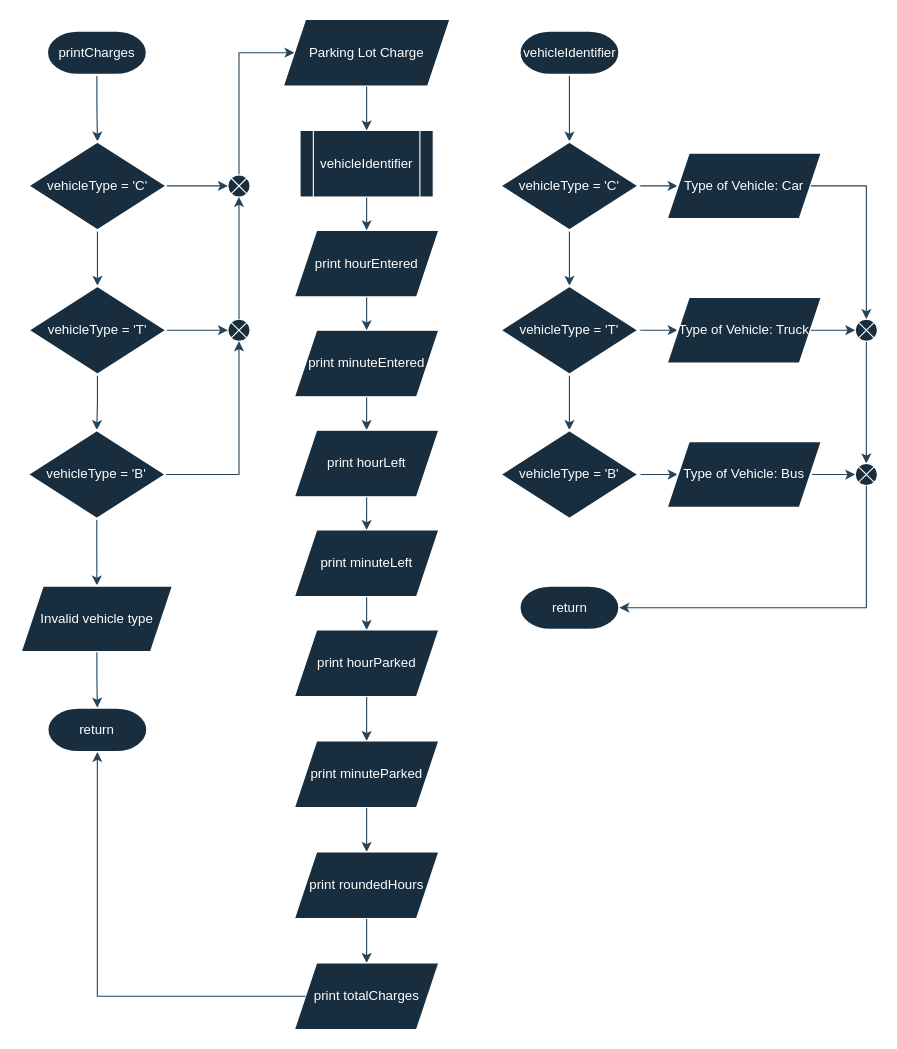
Jebbxrs/c_proj keeps this draw.io diagram as page "Page-4" (3 of 3) of parking_fee.drawio. Above is the earlier version. Source tidied: cells renumbered, new cells numbered last; positions are measured from the earlier drawing's top-left corner, leaving out a move shared by most shapes. Both pictures are drawn from the tidied source at 111%, with x=0, y=0 at pixel (20, 19).
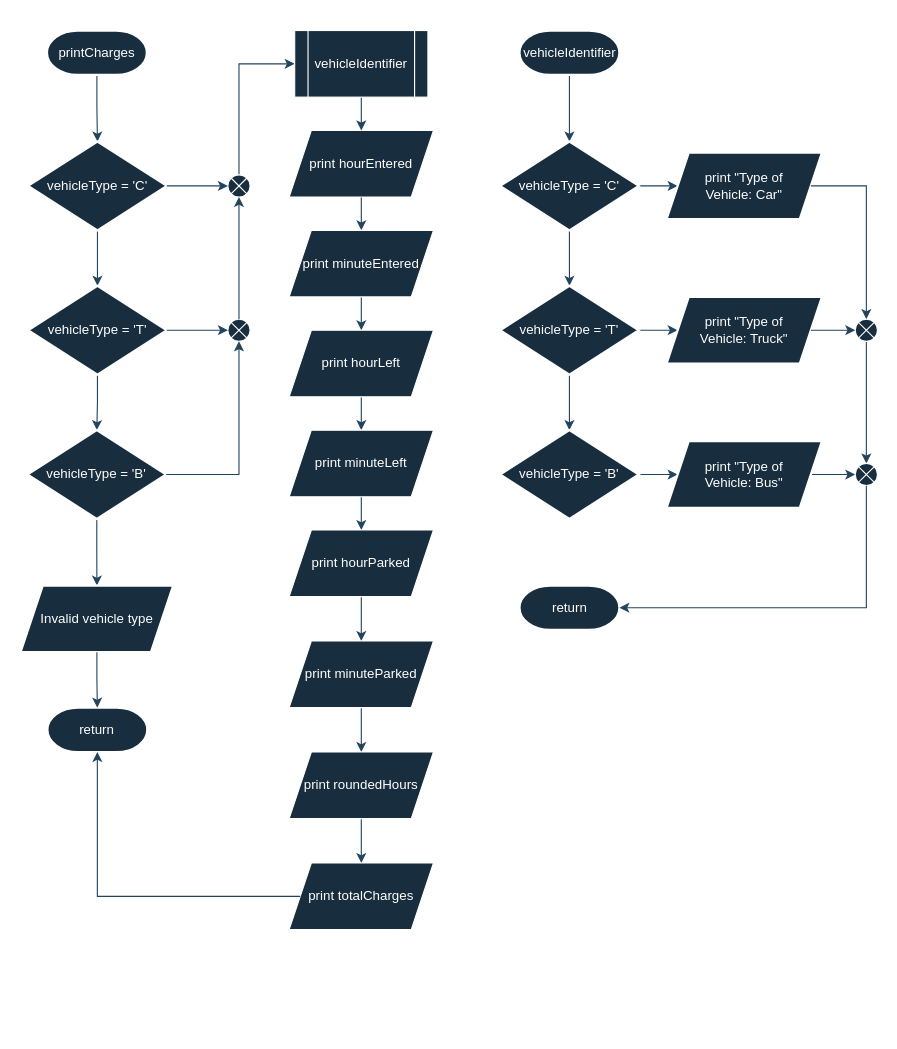
The same diagram, later.

Unchanged cells that the change refers to:
```xml
<mxCell id="14" style="verticalLabelPosition=bottom;verticalAlign=top;html=1;shape=mxgraph.flowchart.or;labelBackgroundColor=none;fillColor=#182E3E;strokeColor=#FFFFFF;fontColor=#FFFFFF;" parent="1" vertex="1">
  <mxGeometry x="186.8" y="140" width="20" height="20" as="geometry" />
</mxCell>
```

Change to the diagram source:
```diff
@@
-    <mxCell id="13" style="edgeStyle=orthogonalEdgeStyle;rounded=0;jettySize=auto;html=1;labelBackgroundColor=none;strokeColor=#23445D;fontColor=default;" parent="1" edge="1" source="14" target="16">
+    <mxCell id="13" style="edgeStyle=orthogonalEdgeStyle;rounded=0;jettySize=auto;html=1;labelBackgroundColor=none;strokeColor=#23445D;fontColor=default;entryX=0;entryY=0.5;entryDx=0;entryDy=0;" parent="1" edge="1" source="14" target="27">
       <mxGeometry relative="1" as="geometry">
         <Array as="points">
-          <mxPoint x="196.8" y="30" />
+          <mxPoint x="197" y="40" />
         </Array>
       </mxGeometry>
     </mxCell>
@@
-    <mxCell id="15" style="edgeStyle=orthogonalEdgeStyle;rounded=0;jettySize=auto;html=1;entryX=0.5;entryY=0;entryDx=0;entryDy=0;labelBackgroundColor=none;strokeColor=#23445D;fontColor=default;" parent="1" edge="1" source="16" target="27">
-      <mxGeometry relative="1" as="geometry" />
-    </mxCell>
-    <mxCell id="16" value="Parking Lot Charge" style="shape=parallelogram;perimeter=parallelogramPerimeter;whiteSpace=wrap;html=1;fixedSize=1;labelBackgroundColor=none;fillColor=#182E3E;strokeColor=#FFFFFF;fontColor=#FFFFFF;" parent="1" vertex="1">
-      <mxGeometry x="236.8" width="150" height="60" as="geometry" />
-    </mxCell>
@@
     <mxCell id="23" value="print hourEntered" style="shape=parallelogram;perimeter=parallelogramPerimeter;whiteSpace=wrap;html=1;fixedSize=1;labelBackgroundColor=none;fillColor=#182E3E;strokeColor=#FFFFFF;fontColor=#FFFFFF;" parent="1" vertex="1">
-      <mxGeometry x="246.8" y="190" width="130" height="60" as="geometry" />
+      <mxGeometry x="242" y="100" width="130" height="60" as="geometry" />
     </mxCell>
@@
     <mxCell id="25" value="print minuteEntered" style="shape=parallelogram;perimeter=parallelogramPerimeter;whiteSpace=wrap;html=1;fixedSize=1;labelBackgroundColor=none;fillColor=#182E3E;strokeColor=#FFFFFF;fontColor=#FFFFFF;" parent="1" vertex="1">
-      <mxGeometry x="246.8" y="280" width="130" height="60" as="geometry" />
+      <mxGeometry x="242" y="190" width="130" height="60" as="geometry" />
     </mxCell>
@@
     <mxCell id="27" value="vehicleIdentifier" style="shape=process;whiteSpace=wrap;html=1;backgroundOutline=1;labelBackgroundColor=none;fillColor=#182E3E;strokeColor=#FFFFFF;fontColor=#FFFFFF;" parent="1" vertex="1">
-      <mxGeometry x="251.8" y="100" width="120" height="60" as="geometry" />
+      <mxGeometry x="247" y="10" width="120" height="60" as="geometry" />
     </mxCell>
@@
     <mxCell id="29" value="print hourLeft" style="shape=parallelogram;perimeter=parallelogramPerimeter;whiteSpace=wrap;html=1;fixedSize=1;labelBackgroundColor=none;fillColor=#182E3E;strokeColor=#FFFFFF;fontColor=#FFFFFF;" parent="1" vertex="1">
-      <mxGeometry x="246.8" y="370" width="130" height="60" as="geometry" />
+      <mxGeometry x="242" y="280" width="130" height="60" as="geometry" />
     </mxCell>
@@
     <mxCell id="31" value="print minuteLeft" style="shape=parallelogram;perimeter=parallelogramPerimeter;whiteSpace=wrap;html=1;fixedSize=1;labelBackgroundColor=none;fillColor=#182E3E;strokeColor=#FFFFFF;fontColor=#FFFFFF;" parent="1" vertex="1">
-      <mxGeometry x="246.8" y="460" width="130" height="60" as="geometry" />
+      <mxGeometry x="242" y="370" width="130" height="60" as="geometry" />
     </mxCell>
@@
     <mxCell id="33" value="print hourParked" style="shape=parallelogram;perimeter=parallelogramPerimeter;whiteSpace=wrap;html=1;fixedSize=1;labelBackgroundColor=none;fillColor=#182E3E;strokeColor=#FFFFFF;fontColor=#FFFFFF;" parent="1" vertex="1">
-      <mxGeometry x="246.8" y="550" width="130" height="60" as="geometry" />
+      <mxGeometry x="242" y="460" width="130" height="60" as="geometry" />
     </mxCell>
@@
     <mxCell id="35" value="print minuteParked" style="shape=parallelogram;perimeter=parallelogramPerimeter;whiteSpace=wrap;html=1;fixedSize=1;labelBackgroundColor=none;fillColor=#182E3E;strokeColor=#FFFFFF;fontColor=#FFFFFF;" parent="1" vertex="1">
-      <mxGeometry x="246.8" y="650" width="130" height="60" as="geometry" />
+      <mxGeometry x="242" y="560" width="130" height="60" as="geometry" />
     </mxCell>
@@
     <mxCell id="37" value="print roundedHours" style="shape=parallelogram;perimeter=parallelogramPerimeter;whiteSpace=wrap;html=1;fixedSize=1;labelBackgroundColor=none;fillColor=#182E3E;strokeColor=#FFFFFF;fontColor=#FFFFFF;" parent="1" vertex="1">
-      <mxGeometry x="246.8" y="750" width="130" height="60" as="geometry" />
+      <mxGeometry x="242" y="660" width="130" height="60" as="geometry" />
     </mxCell>
     <mxCell id="38" value="print totalCharges" style="shape=parallelogram;perimeter=parallelogramPerimeter;whiteSpace=wrap;html=1;fixedSize=1;labelBackgroundColor=none;fillColor=#182E3E;strokeColor=#FFFFFF;fontColor=#FFFFFF;" parent="1" vertex="1">
-      <mxGeometry x="246.8" y="850" width="130" height="60" as="geometry" />
+      <mxGeometry x="242" y="760" width="130" height="60" as="geometry" />
     </mxCell>
@@
-    <mxCell id="50" value="Type of Vehicle: Car" style="shape=parallelogram;perimeter=parallelogramPerimeter;whiteSpace=wrap;html=1;fixedSize=1;strokeWidth=2;labelBackgroundColor=none;fillColor=#182E3E;strokeColor=#FFFFFF;fontColor=#FFFFFF;" parent="1" vertex="1">
+    <mxCell id="50" value="print &quot;Type of &lt;br&gt;Vehicle: Car&quot;" style="shape=parallelogram;perimeter=parallelogramPerimeter;whiteSpace=wrap;html=1;fixedSize=1;strokeWidth=2;labelBackgroundColor=none;fillColor=#182E3E;strokeColor=#FFFFFF;fontColor=#FFFFFF;" parent="1" vertex="1">
       <mxGeometry x="582" y="120" width="140" height="60" as="geometry" />
     </mxCell>
-    <mxCell id="51" value="Type of Vehicle: Truck" style="shape=parallelogram;perimeter=parallelogramPerimeter;whiteSpace=wrap;html=1;fixedSize=1;strokeWidth=2;labelBackgroundColor=none;fillColor=#182E3E;strokeColor=#FFFFFF;fontColor=#FFFFFF;" parent="1" vertex="1">
+    <mxCell id="51" value="print &quot;Type of &lt;br&gt;Vehicle: Truck&quot;" style="shape=parallelogram;perimeter=parallelogramPerimeter;whiteSpace=wrap;html=1;fixedSize=1;strokeWidth=2;labelBackgroundColor=none;fillColor=#182E3E;strokeColor=#FFFFFF;fontColor=#FFFFFF;" parent="1" vertex="1">
       <mxGeometry x="582" y="250" width="140" height="60" as="geometry" />
     </mxCell>
@@
-    <mxCell id="53" value="Type of Vehicle: Bus" style="shape=parallelogram;perimeter=parallelogramPerimeter;whiteSpace=wrap;html=1;fixedSize=1;strokeWidth=2;labelBackgroundColor=none;fillColor=#182E3E;strokeColor=#FFFFFF;fontColor=#FFFFFF;" parent="1" vertex="1">
+    <mxCell id="53" value="print &quot;Type of &lt;br&gt;Vehicle: Bus&quot;" style="shape=parallelogram;perimeter=parallelogramPerimeter;whiteSpace=wrap;html=1;fixedSize=1;strokeWidth=2;labelBackgroundColor=none;fillColor=#182E3E;strokeColor=#FFFFFF;fontColor=#FFFFFF;" parent="1" vertex="1">
       <mxGeometry x="582" y="380" width="140" height="60" as="geometry" />
     </mxCell>
```
